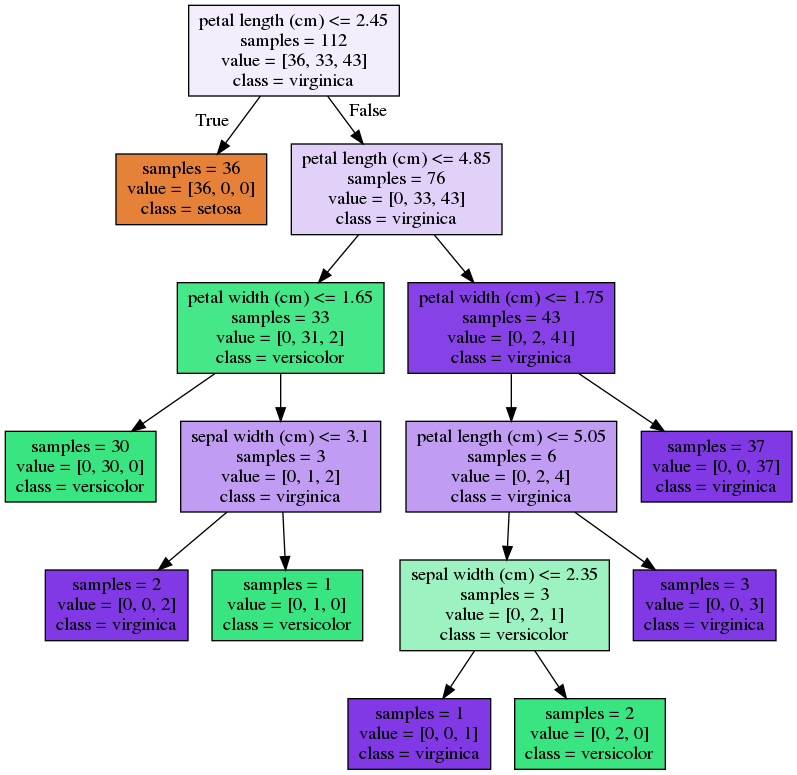
This is arbol.png from WladIMirG/PythonML, a Graphviz export, as it was before one commit. Its source is kept beside it as arbol.dot.
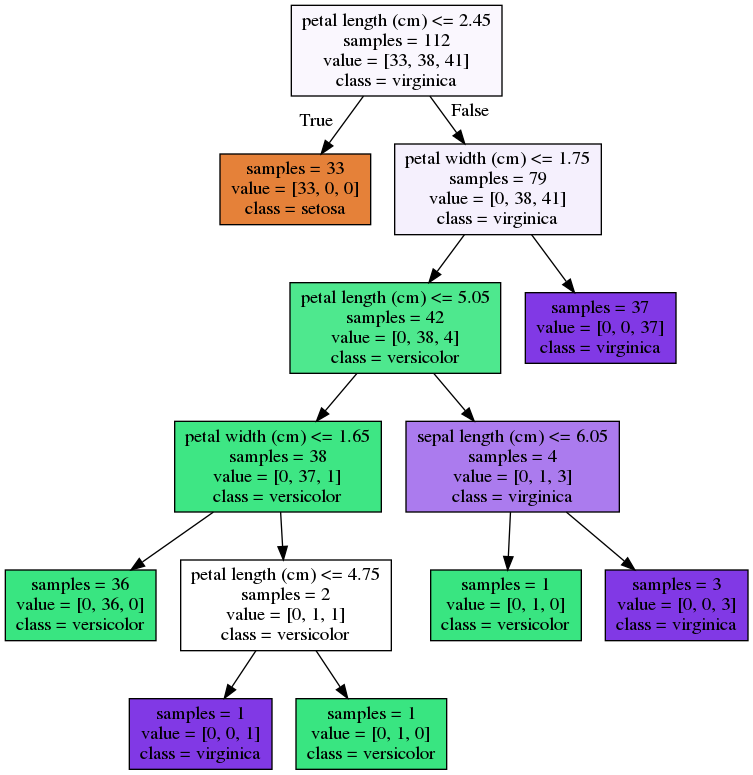
The same diagram one commit later.

Diff of the diagram source:
```diff
@@ -1,32 +1,28 @@
 digraph Tree {
 node [shape=box, style="filled", color="black"] ;
-0 [label="petal length (cm) <= 2.45\nsamples = 112\nvalue = [36, 33, 43]\nclass = virginica", fillcolor="#8139e517"] ;
-1 [label="samples = 36\nvalue = [36, 0, 0]\nclass = setosa", fillcolor="#e58139ff"] ;
+0 [label="petal length (cm) <= 2.45\nsamples = 112\nvalue = [33, 38, 41]\nclass = virginica", fillcolor="#8139e50a"] ;
+1 [label="samples = 33\nvalue = [33, 0, 0]\nclass = setosa", fillcolor="#e58139ff"] ;
 0 -> 1 [labeldistance=2.5, labelangle=45, headlabel="True"] ;
-2 [label="petal length (cm) <= 4.85\nsamples = 76\nvalue = [0, 33, 43]\nclass = virginica", fillcolor="#8139e53b"] ;
+2 [label="petal width (cm) <= 1.75\nsamples = 79\nvalue = [0, 38, 41]\nclass = virginica", fillcolor="#8139e513"] ;
 0 -> 2 [labeldistance=2.5, labelangle=-45, headlabel="False"] ;
-3 [label="petal width (cm) <= 1.65\nsamples = 33\nvalue = [0, 31, 2]\nclass = versicolor", fillcolor="#39e581ef"] ;
+3 [label="petal length (cm) <= 5.05\nsamples = 42\nvalue = [0, 38, 4]\nclass = versicolor", fillcolor="#39e581e4"] ;
 2 -> 3 ;
-4 [label="samples = 30\nvalue = [0, 30, 0]\nclass = versicolor", fillcolor="#39e581ff"] ;
+4 [label="petal width (cm) <= 1.65\nsamples = 38\nvalue = [0, 37, 1]\nclass = versicolor", fillcolor="#39e581f8"] ;
 3 -> 4 ;
-5 [label="sepal width (cm) <= 3.1\nsamples = 3\nvalue = [0, 1, 2]\nclass = virginica", fillcolor="#8139e57f"] ;
-3 -> 5 ;
-6 [label="samples = 2\nvalue = [0, 0, 2]\nclass = virginica", fillcolor="#8139e5ff"] ;
-5 -> 6 ;
-7 [label="samples = 1\nvalue = [0, 1, 0]\nclass = versicolor", fillcolor="#39e581ff"] ;
-5 -> 7 ;
-8 [label="petal width (cm) <= 1.75\nsamples = 43\nvalue = [0, 2, 41]\nclass = virginica", fillcolor="#8139e5f3"] ;
-2 -> 8 ;
-9 [label="petal length (cm) <= 5.05\nsamples = 6\nvalue = [0, 2, 4]\nclass = virginica", fillcolor="#8139e57f"] ;
-8 -> 9 ;
-10 [label="sepal width (cm) <= 2.35\nsamples = 3\nvalue = [0, 2, 1]\nclass = versicolor", fillcolor="#39e5817f"] ;
+5 [label="samples = 36\nvalue = [0, 36, 0]\nclass = versicolor", fillcolor="#39e581ff"] ;
+4 -> 5 ;
+6 [label="petal length (cm) <= 4.75\nsamples = 2\nvalue = [0, 1, 1]\nclass = versicolor", fillcolor="#39e58100"] ;
+4 -> 6 ;
+7 [label="samples = 1\nvalue = [0, 0, 1]\nclass = virginica", fillcolor="#8139e5ff"] ;
+6 -> 7 ;
+8 [label="samples = 1\nvalue = [0, 1, 0]\nclass = versicolor", fillcolor="#39e581ff"] ;
+6 -> 8 ;
+9 [label="sepal length (cm) <= 6.05\nsamples = 4\nvalue = [0, 1, 3]\nclass = virginica", fillcolor="#8139e5aa"] ;
+3 -> 9 ;
+10 [label="samples = 1\nvalue = [0, 1, 0]\nclass = versicolor", fillcolor="#39e581ff"] ;
 9 -> 10 ;
-11 [label="samples = 1\nvalue = [0, 0, 1]\nclass = virginica", fillcolor="#8139e5ff"] ;
-10 -> 11 ;
-12 [label="samples = 2\nvalue = [0, 2, 0]\nclass = versicolor", fillcolor="#39e581ff"] ;
-10 -> 12 ;
-13 [label="samples = 3\nvalue = [0, 0, 3]\nclass = virginica", fillcolor="#8139e5ff"] ;
-9 -> 13 ;
-14 [label="samples = 37\nvalue = [0, 0, 37]\nclass = virginica", fillcolor="#8139e5ff"] ;
-8 -> 14 ;
+11 [label="samples = 3\nvalue = [0, 0, 3]\nclass = virginica", fillcolor="#8139e5ff"] ;
+9 -> 11 ;
+12 [label="samples = 37\nvalue = [0, 0, 37]\nclass = virginica", fillcolor="#8139e5ff"] ;
+2 -> 12 ;
 }
```
